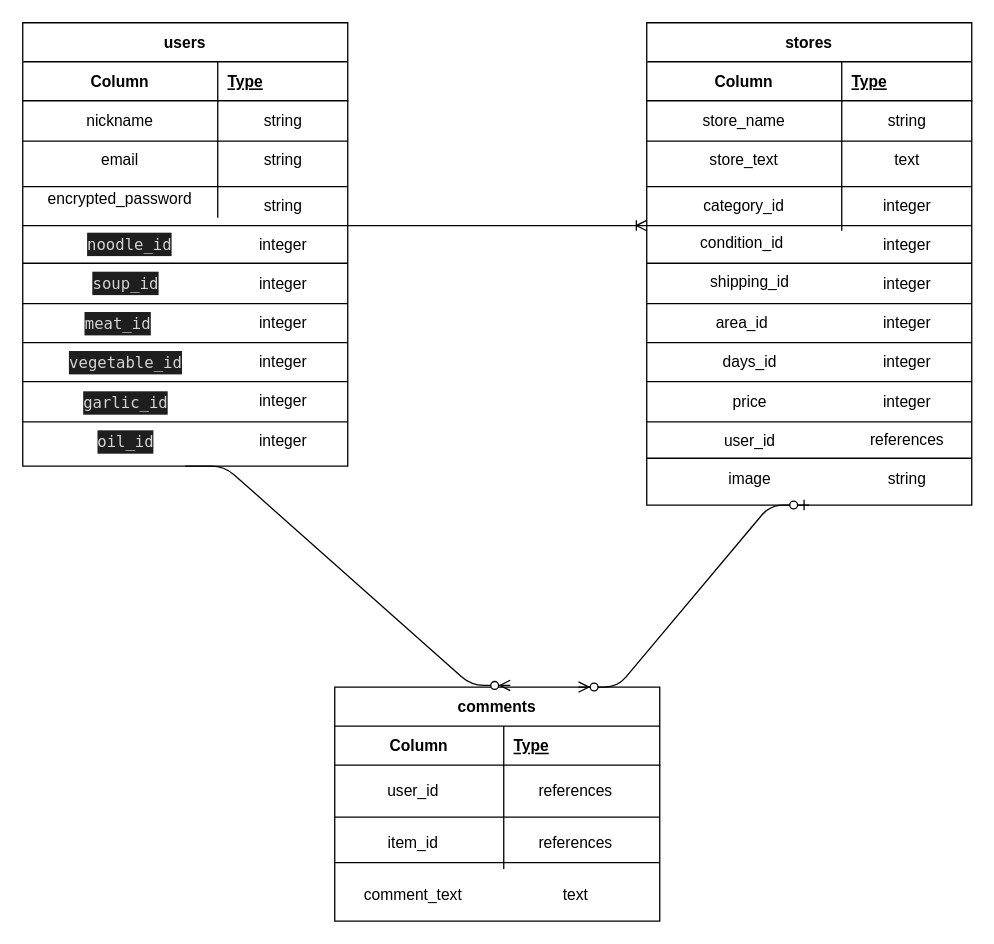
Before: ER.dio in yoshizawaryosuke/jiro-app, a draw.io diagram. Source tidied: cells renumbered, new cells numbered last; positions are measured from the earlier drawing's top-left corner, leaving out a move shared by most shapes. Both pictures are drawn from the tidied source at 130%, with x=0, y=0 at pixel (22, 22).
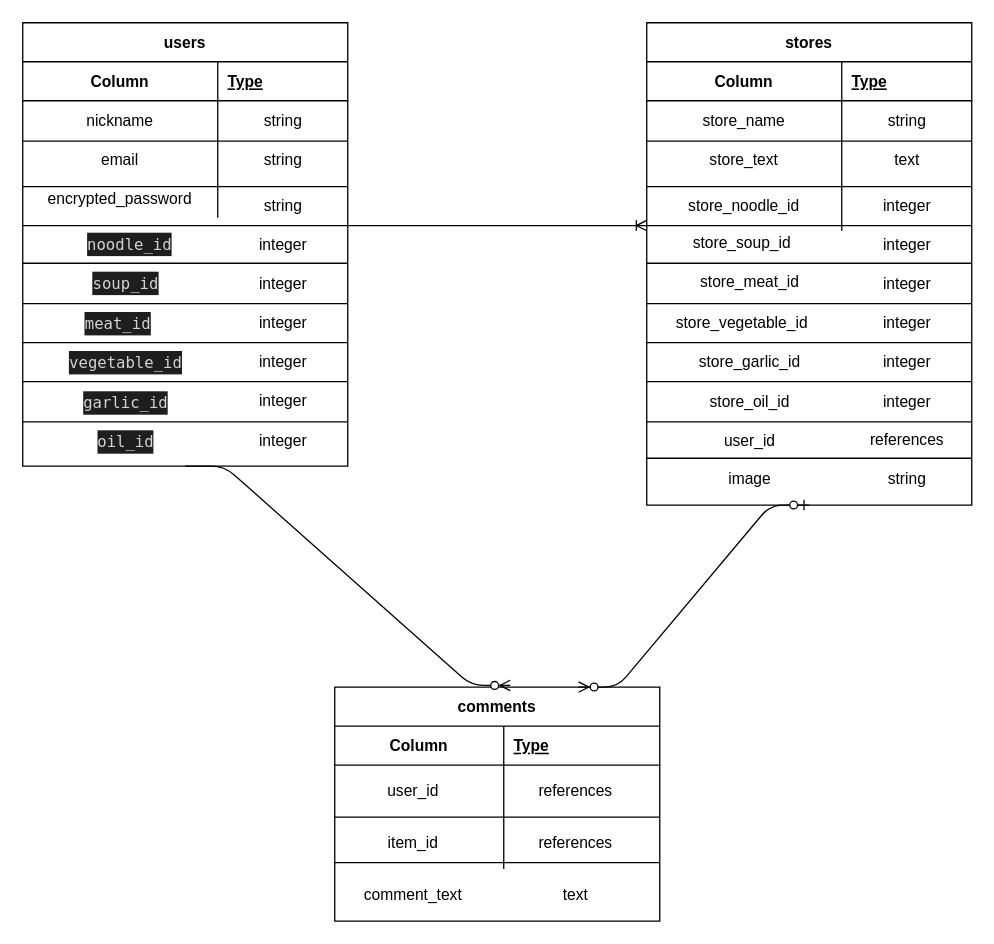
Above is the later version.

Commit message (it also covers changes not shown here):
ER図、README修正

Unchanged cells that the change refers to:
```xml
<mxCell id="44" style="shape=partialRectangle;fillColor=none;top=0;left=0;bottom=0;right=0;" parent="34" vertex="1">
  <mxGeometry y="120" width="250" height="40" as="geometry" />
</mxCell>
```

The edit, as a diff of the source:
```diff
@@
-    <mxCell id="45" value="category_id" style="shape=partialRectangle;fillColor=none;top=0;left=0;bottom=0;right=0;overflow=hidden;" parent="44" vertex="1">
+    <mxCell id="45" value="store_noodle_id" style="shape=partialRectangle;fillColor=none;top=0;left=0;bottom=0;right=0;overflow=hidden;" parent="44" vertex="1">
       <mxGeometry width="150" height="40" as="geometry" />
     </mxCell>
@@
-    <mxCell id="50" value="condition_id" style="text;html=1;align=center;verticalAlign=middle;strokeColor=none;" parent="1" vertex="1">
-      <mxGeometry x="513" y="160" width="80" height="20" as="geometry" />
+    <mxCell id="50" value="store_soup_id" style="text;html=1;align=center;verticalAlign=middle;strokeColor=none;" parent="1" vertex="1">
+      <mxGeometry x="508" y="160" width="90" height="20" as="geometry" />
     </mxCell>
@@
-    <mxCell id="54" value="shipping_id" style="text;html=1;align=center;verticalAlign=middle;strokeColor=none;" parent="1" vertex="1">
-      <mxGeometry x="519" y="190" width="80" height="20" as="geometry" />
+    <mxCell id="54" value="store_meat_id" style="text;html=1;align=center;verticalAlign=middle;strokeColor=none;" parent="1" vertex="1">
+      <mxGeometry x="514" y="190" width="90" height="20" as="geometry" />
     </mxCell>
@@
-    <mxCell id="57" value="area_id" style="text;html=1;align=center;verticalAlign=middle;strokeColor=none;" parent="1" vertex="1">
-      <mxGeometry x="523" y="221" width="60" height="20" as="geometry" />
+    <mxCell id="57" value="store_vegetable_id" style="text;html=1;align=center;verticalAlign=middle;strokeColor=none;" parent="1" vertex="1">
+      <mxGeometry x="493" y="221" width="120" height="20" as="geometry" />
     </mxCell>
@@
-    <mxCell id="60" value="days_id" style="text;html=1;align=center;verticalAlign=middle;strokeColor=none;" parent="1" vertex="1">
-      <mxGeometry x="529" y="251" width="60" height="20" as="geometry" />
+    <mxCell id="60" value="store_garlic_id" style="text;html=1;align=center;verticalAlign=middle;strokeColor=none;" parent="1" vertex="1">
+      <mxGeometry x="514" y="251" width="90" height="20" as="geometry" />
     </mxCell>
@@
-    <mxCell id="65" value="price" style="text;html=1;align=center;verticalAlign=middle;strokeColor=none;" parent="1" vertex="1">
-      <mxGeometry x="539" y="282" width="40" height="20" as="geometry" />
+    <mxCell id="65" value="store_oil_id" style="text;html=1;align=center;verticalAlign=middle;strokeColor=none;" parent="1" vertex="1">
+      <mxGeometry x="519" y="282" width="80" height="20" as="geometry" />
     </mxCell>
```
